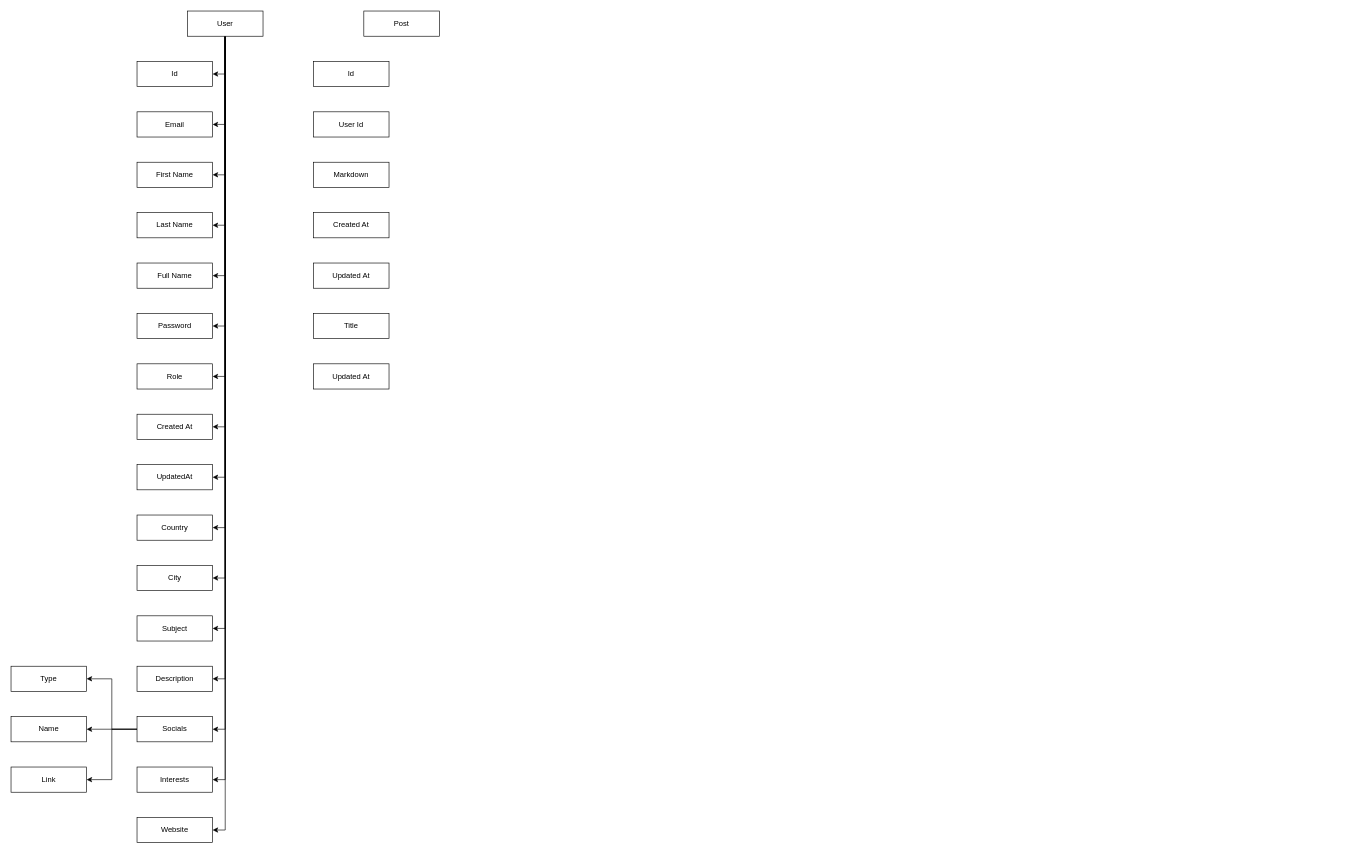
The draw.io diagram shvab_db.drawio in GeorgeShvab/diagrams, before the edit. Source tidied: cells renumbered, new cells numbered last; positions are measured from the earlier drawing's top-left corner, leaving out a move shared by most shapes. Both pictures are drawn from the tidied source at 63%, with x=0, y=0 at pixel (11, 11).
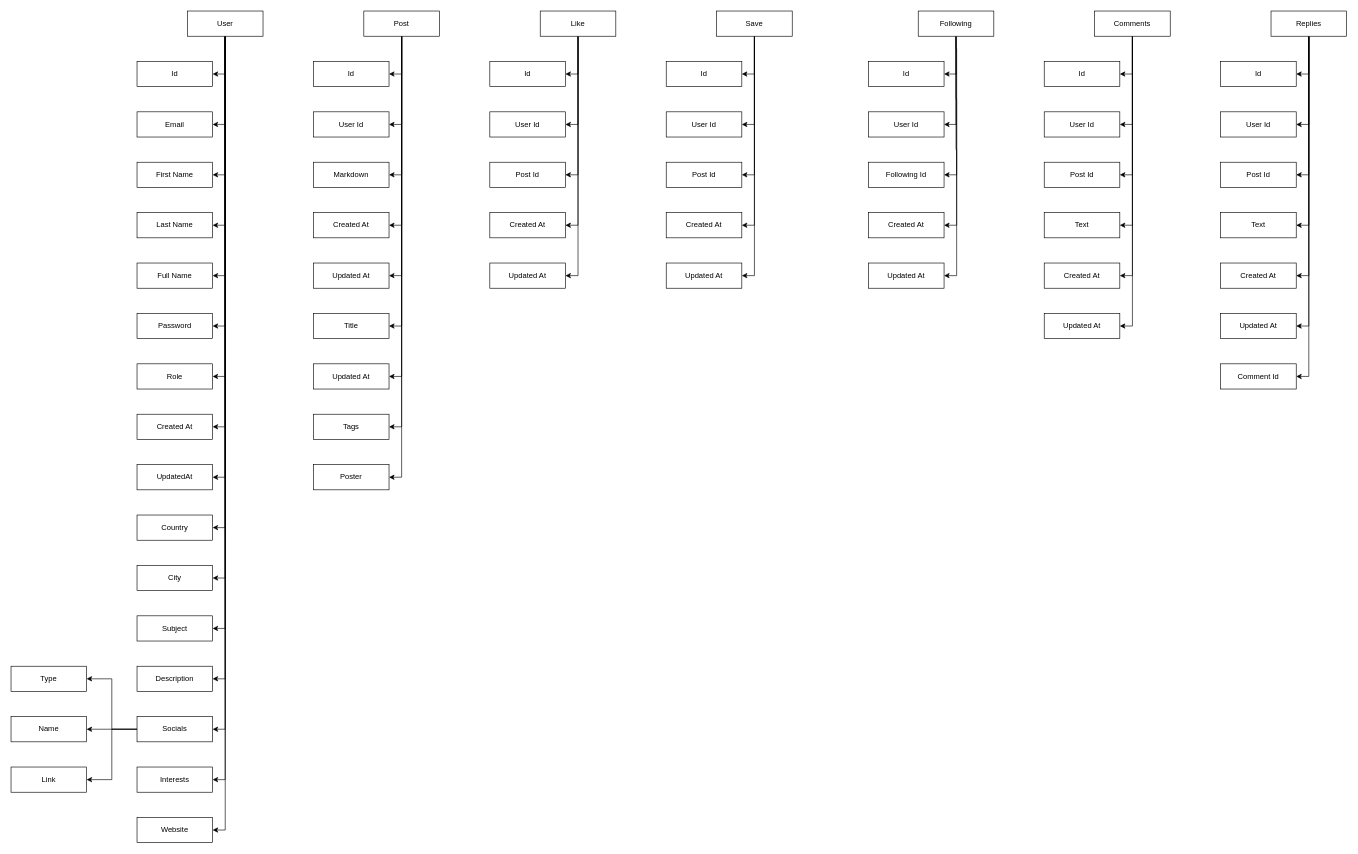
Above is the later version.

Unchanged cells that the change refers to:
```xml
<mxCell id="41" value="Post" style="rounded=0;whiteSpace=wrap;html=1;" parent="1" vertex="1">
  <mxGeometry x="560" width="120" height="40" as="geometry" />
</mxCell>
<mxCell id="42" value="Id" style="rounded=0;whiteSpace=wrap;html=1;" parent="1" vertex="1">
  <mxGeometry x="480" y="80" width="120" height="40" as="geometry" />
</mxCell>
<mxCell id="43" value="User Id" style="rounded=0;whiteSpace=wrap;html=1;" parent="1" vertex="1">
  <mxGeometry x="480" y="160" width="120" height="40" as="geometry" />
</mxCell>
<mxCell id="44" value="Markdown" style="rounded=0;whiteSpace=wrap;html=1;" parent="1" vertex="1">
  <mxGeometry x="480" y="240" width="120" height="40" as="geometry" />
</mxCell>
<mxCell id="45" value="Created At" style="rounded=0;whiteSpace=wrap;html=1;" parent="1" vertex="1">
  <mxGeometry x="480" y="320" width="120" height="40" as="geometry" />
</mxCell>
<mxCell id="46" value="Updated At" style="rounded=0;whiteSpace=wrap;html=1;" parent="1" vertex="1">
  <mxGeometry x="480" y="400" width="120" height="40" as="geometry" />
</mxCell>
<mxCell id="47" value="Title" style="rounded=0;whiteSpace=wrap;html=1;" parent="1" vertex="1">
  <mxGeometry x="480" y="480" width="120" height="40" as="geometry" />
</mxCell>
<mxCell id="48" value="Updated At" style="rounded=0;whiteSpace=wrap;html=1;" parent="1" vertex="1">
  <mxGeometry x="480" y="560" width="120" height="40" as="geometry" />
</mxCell>
```

Change to the diagram source:
```diff
@@
+    <mxCell id="49" style="edgeStyle=orthogonalEdgeStyle;rounded=0;jettySize=auto;html=1;exitX=0.5;exitY=1;exitDx=0;exitDy=0;entryX=1;entryY=0.5;entryDx=0;entryDy=0;" parent="1" edge="1" source="41" target="42">
+      <mxGeometry relative="1" as="geometry" />
+    </mxCell>
+    <mxCell id="50" style="edgeStyle=orthogonalEdgeStyle;rounded=0;jettySize=auto;html=1;exitX=0.5;exitY=1;exitDx=0;exitDy=0;entryX=1;entryY=0.5;entryDx=0;entryDy=0;" parent="1" edge="1" source="41" target="43">
+      <mxGeometry relative="1" as="geometry" />
+    </mxCell>
+    <mxCell id="51" style="edgeStyle=orthogonalEdgeStyle;rounded=0;jettySize=auto;html=1;exitX=0.5;exitY=1;exitDx=0;exitDy=0;entryX=1;entryY=0.5;entryDx=0;entryDy=0;" parent="1" edge="1" source="41" target="44">
+      <mxGeometry relative="1" as="geometry" />
+    </mxCell>
+    <mxCell id="52" style="edgeStyle=orthogonalEdgeStyle;rounded=0;jettySize=auto;html=1;exitX=0.5;exitY=1;exitDx=0;exitDy=0;entryX=1;entryY=0.5;entryDx=0;entryDy=0;" parent="1" edge="1" source="41" target="45">
+      <mxGeometry relative="1" as="geometry" />
+    </mxCell>
+    <mxCell id="53" style="edgeStyle=orthogonalEdgeStyle;rounded=0;jettySize=auto;html=1;exitX=0.5;exitY=1;exitDx=0;exitDy=0;entryX=1;entryY=0.5;entryDx=0;entryDy=0;" parent="1" edge="1" source="41" target="46">
+      <mxGeometry relative="1" as="geometry" />
+    </mxCell>
+    <mxCell id="54" style="edgeStyle=orthogonalEdgeStyle;rounded=0;jettySize=auto;html=1;exitX=0.5;exitY=1;exitDx=0;exitDy=0;entryX=1;entryY=0.5;entryDx=0;entryDy=0;" parent="1" edge="1" source="41" target="47">
+      <mxGeometry relative="1" as="geometry" />
+    </mxCell>
+    <mxCell id="55" style="edgeStyle=orthogonalEdgeStyle;rounded=0;jettySize=auto;html=1;exitX=0.5;exitY=1;exitDx=0;exitDy=0;entryX=1;entryY=0.5;entryDx=0;entryDy=0;" parent="1" edge="1" source="41" target="48">
+      <mxGeometry relative="1" as="geometry" />
+    </mxCell>
+    <mxCell id="56" style="edgeStyle=orthogonalEdgeStyle;rounded=0;jettySize=auto;html=1;exitX=0.5;exitY=1;exitDx=0;exitDy=0;entryX=1;entryY=0.5;entryDx=0;entryDy=0;" parent="1" edge="1" source="41" target="58">
+      <mxGeometry relative="1" as="geometry" />
+    </mxCell>
+    <mxCell id="57" style="edgeStyle=orthogonalEdgeStyle;rounded=0;jettySize=auto;html=1;exitX=0.5;exitY=1;exitDx=0;exitDy=0;entryX=1;entryY=0.5;entryDx=0;entryDy=0;" parent="1" edge="1" source="41" target="59">
+      <mxGeometry relative="1" as="geometry" />
+    </mxCell>
@@
+    <mxCell id="58" value="Tags" style="rounded=0;whiteSpace=wrap;html=1;" parent="1" vertex="1">
+      <mxGeometry x="480" y="640" width="120" height="40" as="geometry" />
+    </mxCell>
+    <mxCell id="59" value="Poster" style="rounded=0;whiteSpace=wrap;html=1;" parent="1" vertex="1">
+      <mxGeometry x="480" y="720" width="120" height="40" as="geometry" />
+    </mxCell>
+    <mxCell id="60" style="edgeStyle=orthogonalEdgeStyle;rounded=0;jettySize=auto;html=1;exitX=0.5;exitY=1;exitDx=0;exitDy=0;entryX=1;entryY=0.5;entryDx=0;entryDy=0;" parent="1" edge="1" source="65" target="66">
+      <mxGeometry relative="1" as="geometry" />
+    </mxCell>
+    <mxCell id="61" style="edgeStyle=orthogonalEdgeStyle;rounded=0;jettySize=auto;html=1;exitX=0.5;exitY=1;exitDx=0;exitDy=0;entryX=1;entryY=0.5;entryDx=0;entryDy=0;" parent="1" edge="1" source="65" target="67">
+      <mxGeometry relative="1" as="geometry" />
+    </mxCell>
+    <mxCell id="62" style="edgeStyle=orthogonalEdgeStyle;rounded=0;jettySize=auto;html=1;exitX=0.5;exitY=1;exitDx=0;exitDy=0;entryX=1;entryY=0.5;entryDx=0;entryDy=0;" parent="1" edge="1" source="65" target="68">
+      <mxGeometry relative="1" as="geometry" />
+    </mxCell>
+    <mxCell id="63" style="edgeStyle=orthogonalEdgeStyle;rounded=0;jettySize=auto;html=1;exitX=0.5;exitY=1;exitDx=0;exitDy=0;entryX=1;entryY=0.5;entryDx=0;entryDy=0;" parent="1" edge="1" source="65" target="69">
+      <mxGeometry relative="1" as="geometry" />
+    </mxCell>
+    <mxCell id="64" style="edgeStyle=orthogonalEdgeStyle;rounded=0;jettySize=auto;html=1;exitX=0.5;exitY=1;exitDx=0;exitDy=0;entryX=1;entryY=0.5;entryDx=0;entryDy=0;" parent="1" edge="1" source="65" target="105">
+      <mxGeometry relative="1" as="geometry" />
+    </mxCell>
+    <mxCell id="65" value="Like" style="rounded=0;whiteSpace=wrap;html=1;" parent="1" vertex="1">
+      <mxGeometry x="840" width="120" height="40" as="geometry" />
+    </mxCell>
+    <mxCell id="66" value="User Id" style="rounded=0;whiteSpace=wrap;html=1;" parent="1" vertex="1">
+      <mxGeometry x="760" y="160" width="120" height="40" as="geometry" />
+    </mxCell>
+    <mxCell id="67" value="Post Id" style="rounded=0;whiteSpace=wrap;html=1;" parent="1" vertex="1">
+      <mxGeometry x="760" y="240" width="120" height="40" as="geometry" />
+    </mxCell>
+    <mxCell id="68" value="Created At" style="rounded=0;whiteSpace=wrap;html=1;" parent="1" vertex="1">
+      <mxGeometry x="760" y="320" width="120" height="40" as="geometry" />
+    </mxCell>
+    <mxCell id="69" value="Updated At" style="rounded=0;whiteSpace=wrap;html=1;" parent="1" vertex="1">
+      <mxGeometry x="760" y="400" width="120" height="40" as="geometry" />
+    </mxCell>
+    <mxCell id="70" style="edgeStyle=orthogonalEdgeStyle;rounded=0;jettySize=auto;html=1;exitX=0.5;exitY=1;exitDx=0;exitDy=0;entryX=1;entryY=0.5;entryDx=0;entryDy=0;" parent="1" edge="1" source="75" target="76">
+      <mxGeometry relative="1" as="geometry" />
+    </mxCell>
+    <mxCell id="71" style="edgeStyle=orthogonalEdgeStyle;rounded=0;jettySize=auto;html=1;exitX=0.5;exitY=1;exitDx=0;exitDy=0;entryX=1;entryY=0.5;entryDx=0;entryDy=0;" parent="1" edge="1" source="75" target="77">
+      <mxGeometry relative="1" as="geometry" />
+    </mxCell>
+    <mxCell id="72" style="edgeStyle=orthogonalEdgeStyle;rounded=0;jettySize=auto;html=1;exitX=0.5;exitY=1;exitDx=0;exitDy=0;entryX=1;entryY=0.5;entryDx=0;entryDy=0;" parent="1" edge="1" source="75" target="78">
+      <mxGeometry relative="1" as="geometry" />
+    </mxCell>
+    <mxCell id="73" style="edgeStyle=orthogonalEdgeStyle;rounded=0;jettySize=auto;html=1;exitX=0.5;exitY=1;exitDx=0;exitDy=0;entryX=1;entryY=0.5;entryDx=0;entryDy=0;" parent="1" edge="1" source="75" target="79">
+      <mxGeometry relative="1" as="geometry" />
+    </mxCell>
+    <mxCell id="74" style="edgeStyle=orthogonalEdgeStyle;rounded=0;jettySize=auto;html=1;exitX=0.5;exitY=1;exitDx=0;exitDy=0;entryX=1;entryY=0.5;entryDx=0;entryDy=0;" parent="1" edge="1" source="75" target="104">
+      <mxGeometry relative="1" as="geometry" />
+    </mxCell>
+    <mxCell id="75" value="Save" style="rounded=0;whiteSpace=wrap;html=1;" parent="1" vertex="1">
+      <mxGeometry x="1120" width="120" height="40" as="geometry" />
+    </mxCell>
+    <mxCell id="76" value="User Id" style="rounded=0;whiteSpace=wrap;html=1;" parent="1" vertex="1">
+      <mxGeometry x="1040" y="160" width="120" height="40" as="geometry" />
+    </mxCell>
+    <mxCell id="77" value="Post Id" style="rounded=0;whiteSpace=wrap;html=1;" parent="1" vertex="1">
+      <mxGeometry x="1040" y="240" width="120" height="40" as="geometry" />
+    </mxCell>
+    <mxCell id="78" value="Created At" style="rounded=0;whiteSpace=wrap;html=1;" parent="1" vertex="1">
+      <mxGeometry x="1040" y="320" width="120" height="40" as="geometry" />
+    </mxCell>
+    <mxCell id="79" value="Updated At" style="rounded=0;whiteSpace=wrap;html=1;" parent="1" vertex="1">
+      <mxGeometry x="1040" y="400" width="120" height="40" as="geometry" />
+    </mxCell>
+    <mxCell id="80" style="edgeStyle=orthogonalEdgeStyle;rounded=0;jettySize=auto;html=1;exitX=0.5;exitY=1;exitDx=0;exitDy=0;entryX=1;entryY=0.5;entryDx=0;entryDy=0;" parent="1" edge="1" source="85" target="86">
+      <mxGeometry relative="1" as="geometry" />
+    </mxCell>
+    <mxCell id="81" style="edgeStyle=orthogonalEdgeStyle;rounded=0;jettySize=auto;html=1;exitX=0.5;exitY=1;exitDx=0;exitDy=0;entryX=1;entryY=0.5;entryDx=0;entryDy=0;" parent="1" edge="1" source="85" target="87">
+      <mxGeometry relative="1" as="geometry" />
+    </mxCell>
+    <mxCell id="82" style="edgeStyle=orthogonalEdgeStyle;rounded=0;jettySize=auto;html=1;exitX=0.5;exitY=1;exitDx=0;exitDy=0;entryX=1;entryY=0.5;entryDx=0;entryDy=0;" parent="1" edge="1" source="85" target="88">
+      <mxGeometry relative="1" as="geometry" />
+    </mxCell>
+    <mxCell id="83" style="edgeStyle=orthogonalEdgeStyle;rounded=0;jettySize=auto;html=1;exitX=0.5;exitY=1;exitDx=0;exitDy=0;entryX=1;entryY=0.5;entryDx=0;entryDy=0;" parent="1" edge="1" source="85" target="89">
+      <mxGeometry relative="1" as="geometry" />
+    </mxCell>
+    <mxCell id="84" style="edgeStyle=orthogonalEdgeStyle;rounded=0;jettySize=auto;html=1;exitX=0.5;exitY=1;exitDx=0;exitDy=0;entryX=1;entryY=0.5;entryDx=0;entryDy=0;" parent="1" edge="1" source="85" target="103">
+      <mxGeometry relative="1" as="geometry" />
+    </mxCell>
+    <mxCell id="85" value="Following" style="rounded=0;whiteSpace=wrap;html=1;" parent="1" vertex="1">
+      <mxGeometry x="1440" width="120" height="40" as="geometry" />
+    </mxCell>
+    <mxCell id="86" value="User Id" style="rounded=0;whiteSpace=wrap;html=1;" parent="1" vertex="1">
+      <mxGeometry x="1361" y="160" width="120" height="40" as="geometry" />
+    </mxCell>
+    <mxCell id="87" value="Following Id" style="rounded=0;whiteSpace=wrap;html=1;" parent="1" vertex="1">
+      <mxGeometry x="1361" y="240" width="120" height="40" as="geometry" />
+    </mxCell>
+    <mxCell id="88" value="Created At" style="rounded=0;whiteSpace=wrap;html=1;" parent="1" vertex="1">
+      <mxGeometry x="1361" y="320" width="120" height="40" as="geometry" />
+    </mxCell>
+    <mxCell id="89" value="Updated At" style="rounded=0;whiteSpace=wrap;html=1;" parent="1" vertex="1">
+      <mxGeometry x="1361" y="400" width="120" height="40" as="geometry" />
+    </mxCell>
+    <mxCell id="90" style="edgeStyle=orthogonalEdgeStyle;rounded=0;jettySize=auto;html=1;exitX=0.5;exitY=1;exitDx=0;exitDy=0;entryX=1;entryY=0.5;entryDx=0;entryDy=0;" parent="1" edge="1" source="96" target="97">
+      <mxGeometry relative="1" as="geometry" />
+    </mxCell>
+    <mxCell id="91" style="edgeStyle=orthogonalEdgeStyle;rounded=0;jettySize=auto;html=1;exitX=0.5;exitY=1;exitDx=0;exitDy=0;entryX=1;entryY=0.5;entryDx=0;entryDy=0;" parent="1" edge="1" source="96" target="98">
+      <mxGeometry relative="1" as="geometry" />
+    </mxCell>
+    <mxCell id="92" style="edgeStyle=orthogonalEdgeStyle;rounded=0;jettySize=auto;html=1;exitX=0.5;exitY=1;exitDx=0;exitDy=0;entryX=1;entryY=0.5;entryDx=0;entryDy=0;" parent="1" edge="1" source="96" target="99">
+      <mxGeometry relative="1" as="geometry" />
+    </mxCell>
+    <mxCell id="93" style="edgeStyle=orthogonalEdgeStyle;rounded=0;jettySize=auto;html=1;exitX=0.5;exitY=1;exitDx=0;exitDy=0;entryX=1;entryY=0.5;entryDx=0;entryDy=0;" parent="1" edge="1" source="96" target="100">
+      <mxGeometry relative="1" as="geometry" />
+    </mxCell>
+    <mxCell id="94" style="edgeStyle=orthogonalEdgeStyle;rounded=0;jettySize=auto;html=1;exitX=0.5;exitY=1;exitDx=0;exitDy=0;entryX=1;entryY=0.5;entryDx=0;entryDy=0;" parent="1" edge="1" source="96" target="101">
+      <mxGeometry relative="1" as="geometry" />
+    </mxCell>
+    <mxCell id="95" style="edgeStyle=orthogonalEdgeStyle;rounded=0;jettySize=auto;html=1;exitX=0.5;exitY=1;exitDx=0;exitDy=0;entryX=1;entryY=0.5;entryDx=0;entryDy=0;" parent="1" edge="1" source="96" target="102">
+      <mxGeometry relative="1" as="geometry" />
+    </mxCell>
+    <mxCell id="96" value="Comments" style="rounded=0;whiteSpace=wrap;html=1;" parent="1" vertex="1">
+      <mxGeometry x="1720" width="120" height="40" as="geometry" />
+    </mxCell>
+    <mxCell id="97" value="User Id" style="rounded=0;whiteSpace=wrap;html=1;" parent="1" vertex="1">
+      <mxGeometry x="1640" y="160" width="120" height="40" as="geometry" />
+    </mxCell>
+    <mxCell id="98" value="Post Id" style="rounded=0;whiteSpace=wrap;html=1;" parent="1" vertex="1">
+      <mxGeometry x="1640" y="240" width="120" height="40" as="geometry" />
+    </mxCell>
+    <mxCell id="99" value="Text" style="rounded=0;whiteSpace=wrap;html=1;" parent="1" vertex="1">
+      <mxGeometry x="1640" y="320" width="120" height="40" as="geometry" />
+    </mxCell>
+    <mxCell id="100" value="Created At" style="rounded=0;whiteSpace=wrap;html=1;" parent="1" vertex="1">
+      <mxGeometry x="1640" y="400" width="120" height="40" as="geometry" />
+    </mxCell>
+    <mxCell id="101" value="Updated At" style="rounded=0;whiteSpace=wrap;html=1;" parent="1" vertex="1">
+      <mxGeometry x="1640" y="480" width="120" height="40" as="geometry" />
+    </mxCell>
+    <mxCell id="102" value="Id" style="rounded=0;whiteSpace=wrap;html=1;" parent="1" vertex="1">
+      <mxGeometry x="1640" y="80" width="120" height="40" as="geometry" />
+    </mxCell>
+    <mxCell id="103" value="Id" style="rounded=0;whiteSpace=wrap;html=1;" parent="1" vertex="1">
+      <mxGeometry x="1361" y="80" width="120" height="40" as="geometry" />
+    </mxCell>
+    <mxCell id="104" value="Id" style="rounded=0;whiteSpace=wrap;html=1;" parent="1" vertex="1">
+      <mxGeometry x="1040" y="80" width="120" height="40" as="geometry" />
+    </mxCell>
+    <mxCell id="105" value="Id" style="rounded=0;whiteSpace=wrap;html=1;" parent="1" vertex="1">
+      <mxGeometry x="760" y="80" width="120" height="40" as="geometry" />
+    </mxCell>
+    <mxCell id="106" style="edgeStyle=orthogonalEdgeStyle;rounded=0;jettySize=auto;html=1;exitX=0.5;exitY=1;exitDx=0;exitDy=0;entryX=1;entryY=0.5;entryDx=0;entryDy=0;" parent="1" edge="1" source="113" target="119">
+      <mxGeometry relative="1" as="geometry" />
+    </mxCell>
+    <mxCell id="107" style="edgeStyle=orthogonalEdgeStyle;rounded=0;jettySize=auto;html=1;exitX=0.5;exitY=1;exitDx=0;exitDy=0;entryX=1;entryY=0.5;entryDx=0;entryDy=0;" parent="1" edge="1" source="113" target="114">
+      <mxGeometry relative="1" as="geometry" />
+    </mxCell>
+    <mxCell id="108" style="edgeStyle=orthogonalEdgeStyle;rounded=0;jettySize=auto;html=1;exitX=0.5;exitY=1;exitDx=0;exitDy=0;entryX=1;entryY=0.5;entryDx=0;entryDy=0;" parent="1" edge="1" source="113" target="115">
+      <mxGeometry relative="1" as="geometry" />
+    </mxCell>
+    <mxCell id="109" style="edgeStyle=orthogonalEdgeStyle;rounded=0;jettySize=auto;html=1;exitX=0.5;exitY=1;exitDx=0;exitDy=0;entryX=1;entryY=0.5;entryDx=0;entryDy=0;" parent="1" edge="1" source="113" target="116">
+      <mxGeometry relative="1" as="geometry" />
+    </mxCell>
+    <mxCell id="110" style="edgeStyle=orthogonalEdgeStyle;rounded=0;jettySize=auto;html=1;exitX=0.5;exitY=1;exitDx=0;exitDy=0;entryX=1;entryY=0.5;entryDx=0;entryDy=0;" parent="1" edge="1" source="113" target="117">
+      <mxGeometry relative="1" as="geometry" />
+    </mxCell>
+    <mxCell id="111" style="edgeStyle=orthogonalEdgeStyle;rounded=0;jettySize=auto;html=1;exitX=0.5;exitY=1;exitDx=0;exitDy=0;entryX=1;entryY=0.5;entryDx=0;entryDy=0;" parent="1" edge="1" source="113" target="118">
+      <mxGeometry relative="1" as="geometry" />
+    </mxCell>
+    <mxCell id="112" style="edgeStyle=orthogonalEdgeStyle;rounded=0;jettySize=auto;html=1;exitX=0.5;exitY=1;exitDx=0;exitDy=0;entryX=1;entryY=0.5;entryDx=0;entryDy=0;" parent="1" edge="1" source="113" target="120">
+      <mxGeometry relative="1" as="geometry" />
+    </mxCell>
+    <mxCell id="113" value="Replies" style="rounded=0;whiteSpace=wrap;html=1;" parent="1" vertex="1">
+      <mxGeometry x="2000" width="120" height="40" as="geometry" />
+    </mxCell>
+    <mxCell id="114" value="User Id" style="rounded=0;whiteSpace=wrap;html=1;" parent="1" vertex="1">
+      <mxGeometry x="1920" y="160" width="120" height="40" as="geometry" />
+    </mxCell>
+    <mxCell id="115" value="Post Id" style="rounded=0;whiteSpace=wrap;html=1;" parent="1" vertex="1">
+      <mxGeometry x="1920" y="240" width="120" height="40" as="geometry" />
+    </mxCell>
+    <mxCell id="116" value="Text" style="rounded=0;whiteSpace=wrap;html=1;" parent="1" vertex="1">
+      <mxGeometry x="1920" y="320" width="120" height="40" as="geometry" />
+    </mxCell>
+    <mxCell id="117" value="Created At" style="rounded=0;whiteSpace=wrap;html=1;" parent="1" vertex="1">
+      <mxGeometry x="1920" y="400" width="120" height="40" as="geometry" />
+    </mxCell>
+    <mxCell id="118" value="Updated At" style="rounded=0;whiteSpace=wrap;html=1;" parent="1" vertex="1">
+      <mxGeometry x="1920" y="480" width="120" height="40" as="geometry" />
+    </mxCell>
+    <mxCell id="119" value="Id" style="rounded=0;whiteSpace=wrap;html=1;" parent="1" vertex="1">
+      <mxGeometry x="1920" y="80" width="120" height="40" as="geometry" />
+    </mxCell>
+    <mxCell id="120" value="Comment Id" style="rounded=0;whiteSpace=wrap;html=1;" parent="1" vertex="1">
+      <mxGeometry x="1920" y="560" width="120" height="40" as="geometry" />
+    </mxCell>
```
